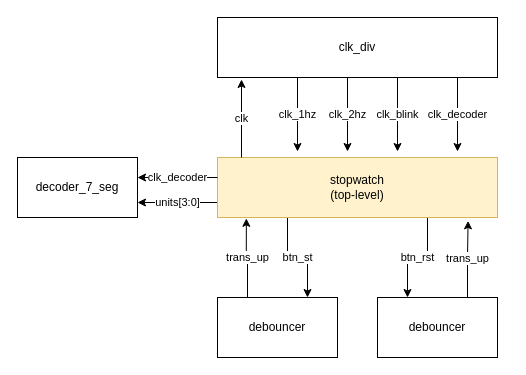
Above: lab_3/Block Diagram.drawio in RobRoyce/fpga_neural_network_for_mnist (draw.io), before the change. Source tidied: cells renumbered, new cells numbered last; positions are measured from the earlier drawing's top-left corner, leaving out a move shared by most shapes. Both pictures are drawn from the tidied source at 100%, with x=0, y=0 at pixel (17, 17).
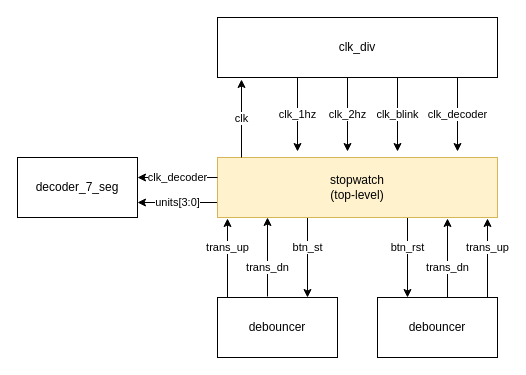
Above is the later version.

Commit message:
Update block diagram

The change refers to these unchanged cells:
```xml
<mxCell id="6" value="stopwatch&lt;br&gt;(top-level)" style="rounded=0;whiteSpace=wrap;html=1;fillColor=#fff2cc;strokeColor=#d6b656;" parent="1" vertex="1">
  <mxGeometry x="200" y="140" width="280" height="60" as="geometry" />
</mxCell>
<mxCell id="8" value="debouncer" style="rounded=0;whiteSpace=wrap;html=1;" parent="1" vertex="1">
  <mxGeometry x="360" y="280" width="120" height="60" as="geometry" />
</mxCell>
<mxCell id="12" value="debouncer" style="rounded=0;whiteSpace=wrap;html=1;" parent="1" vertex="1">
  <mxGeometry x="200" y="280" width="120" height="60" as="geometry" />
</mxCell>
```

Change to the diagram source:
```diff
@@
     <mxCell id="3" value="btn_st" style="edgeStyle=orthogonalEdgeStyle;rounded=0;jettySize=auto;html=1;exitX=0.25;exitY=1;exitDx=0;exitDy=0;entryX=0.75;entryY=0;entryDx=0;entryDy=0;" parent="1" edge="1" source="6" target="12">
-      <mxGeometry relative="1" as="geometry" />
+      <mxGeometry relative="1" as="geometry">
+        <Array as="points">
+          <mxPoint x="290" y="200" />
+        </Array>
+      </mxGeometry>
     </mxCell>
     <mxCell id="4" value="btn_rst" style="edgeStyle=orthogonalEdgeStyle;rounded=0;jettySize=auto;html=1;exitX=0.75;exitY=1;exitDx=0;exitDy=0;entryX=0.25;entryY=0;entryDx=0;entryDy=0;" parent="1" edge="1" source="6" target="8">
-      <mxGeometry relative="1" as="geometry" />
+      <mxGeometry relative="1" as="geometry">
+        <Array as="points">
+          <mxPoint x="390" y="200" />
+        </Array>
+      </mxGeometry>
     </mxCell>
@@
-    <mxCell id="7" value="trans_up" style="edgeStyle=orthogonalEdgeStyle;rounded=0;jettySize=auto;html=1;exitX=0.75;exitY=0;exitDx=0;exitDy=0;entryX=0.895;entryY=1.056;entryDx=0;entryDy=0;entryPerimeter=0;" parent="1" edge="1" source="8" target="6">
-      <mxGeometry relative="1" as="geometry" />
-    </mxCell>
@@
-    <mxCell id="11" value="trans_up" style="edgeStyle=orthogonalEdgeStyle;rounded=0;jettySize=auto;html=1;exitX=0.25;exitY=0;exitDx=0;exitDy=0;entryX=0.103;entryY=1.014;entryDx=0;entryDy=0;entryPerimeter=0;" parent="1" edge="1" source="12" target="6">
-      <mxGeometry relative="1" as="geometry" />
+    <mxCell id="11" value="trans_up" style="edgeStyle=orthogonalEdgeStyle;rounded=0;jettySize=auto;html=1;exitX=0.25;exitY=0;exitDx=0;exitDy=0;" parent="1" edge="1" source="12">
+      <mxGeometry x="0.41" relative="1" as="geometry">
+        <mxPoint x="210" y="201" as="targetPoint" />
+        <Array as="points">
+          <mxPoint x="210" y="280" />
+        </Array>
+      </mxGeometry>
     </mxCell>
@@
+    <mxCell id="18" value="trans_dn" style="edgeStyle=orthogonalEdgeStyle;rounded=0;orthogonalLoop=1;jettySize=auto;html=1;" parent="1" edge="1">
+      <mxGeometry x="-0.27" relative="1" as="geometry">
+        <mxPoint x="250" y="279" as="sourcePoint" />
+        <mxPoint x="250" y="200" as="targetPoint" />
+        <Array as="points">
+          <mxPoint x="250" y="279" />
+        </Array>
+      </mxGeometry>
+    </mxCell>
+    <mxCell id="19" value="trans_dn" style="edgeStyle=orthogonalEdgeStyle;rounded=0;orthogonalLoop=1;jettySize=auto;html=1;exitX=0.25;exitY=0;exitDx=0;exitDy=0;" parent="1" edge="1">
+      <mxGeometry x="0.01" relative="1" as="geometry">
+        <mxPoint x="450" y="280" as="sourcePoint" />
+        <mxPoint x="430" y="201" as="targetPoint" />
+        <Array as="points">
+          <mxPoint x="430" y="280" />
+        </Array>
+      </mxGeometry>
+    </mxCell>
+    <mxCell id="7" value="trans_up" style="edgeStyle=orthogonalEdgeStyle;rounded=0;orthogonalLoop=1;jettySize=auto;html=1;" parent="1" edge="1">
+      <mxGeometry x="0.27" relative="1" as="geometry">
+        <mxPoint x="470" y="280" as="sourcePoint" />
+        <mxPoint x="470" y="201" as="targetPoint" />
+        <Array as="points">
+          <mxPoint x="470" y="280" />
+        </Array>
+      </mxGeometry>
+    </mxCell>
```
